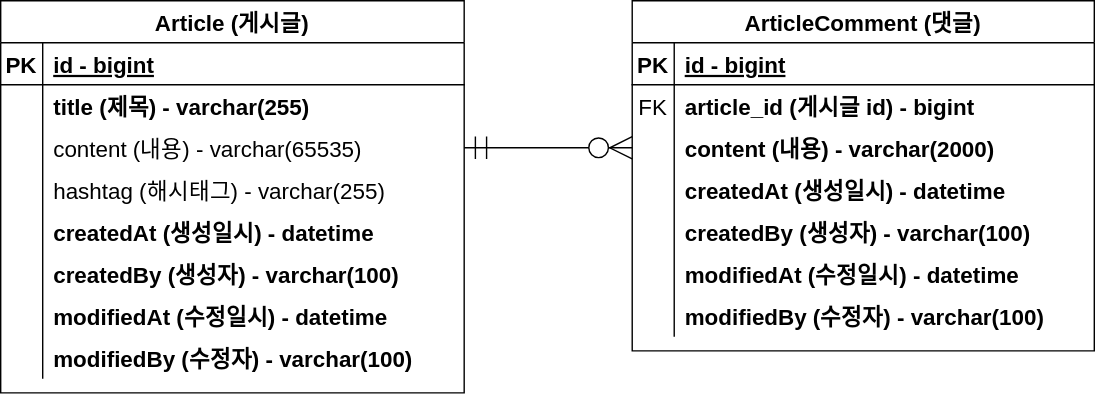
Before: document/project-board-erd.svg, a diagram exported from draw.io (meanzi3/fastcampus-project-board). Source tidied: cells renumbered, new cells last; positions are measured from the earlier drawing's top-left corner, leaving out a move shared by most shapes.
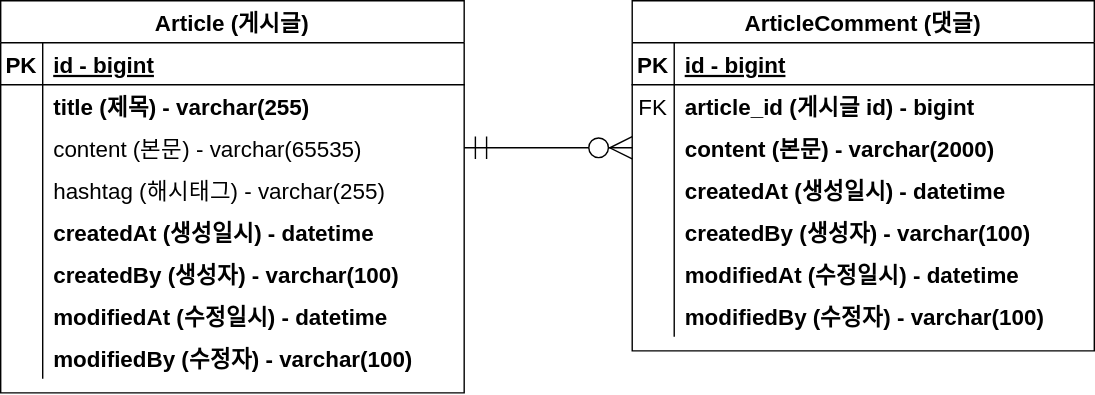
The same file after the commit.

Commit message:
#8 - ERD 주석 업데이트: project-board-erd.svg

The edit, as a diff of the source:
```diff
@@ -29,7 +29,7 @@
     <mxCell id="10" style="shape=partialRectangle;fillColor=none;top=0;left=0;bottom=0;right=0;overflow=hidden;fontSize=16;" parent="9" vertex="1">
       <mxGeometry width="30" height="30" as="geometry" />
     </mxCell>
-    <mxCell id="11" value="content (내용) - varchar(65535)" style="shape=partialRectangle;fillColor=none;top=0;left=0;bottom=0;right=0;align=left;spacingLeft=6;overflow=hidden;fontSize=16;" parent="9" vertex="1">
+    <mxCell id="11" value="content (본문) - varchar(65535)" style="shape=partialRectangle;fillColor=none;top=0;left=0;bottom=0;right=0;align=left;spacingLeft=6;overflow=hidden;fontSize=16;" parent="9" vertex="1">
       <mxGeometry x="30" width="301" height="30" as="geometry" />
     </mxCell>
     <mxCell id="12" style="shape=tableRow;horizontal=0;startSize=0;swimlaneHead=0;swimlaneBody=0;fillColor=none;top=0;left=0;right=0;bottom=0;fontSize=16;" parent="2" vertex="1">
@@ -104,7 +104,7 @@
     <mxCell id="35" style="shape=partialRectangle;fillColor=none;top=0;left=0;bottom=0;right=0;overflow=hidden;fontSize=16;" parent="34" vertex="1">
       <mxGeometry width="30" height="30" as="geometry" />
     </mxCell>
-    <mxCell id="36" value="content (내용) - varchar(2000)" style="shape=partialRectangle;fillColor=none;top=0;left=0;bottom=0;right=0;align=left;spacingLeft=6;overflow=hidden;fontSize=16;fontStyle=1;" parent="34" vertex="1">
+    <mxCell id="36" value="content (본문) - varchar(2000)" style="shape=partialRectangle;fillColor=none;top=0;left=0;bottom=0;right=0;align=left;spacingLeft=6;overflow=hidden;fontSize=16;fontStyle=1;" parent="34" vertex="1">
       <mxGeometry x="30" width="300" height="30" as="geometry" />
     </mxCell>
     <mxCell id="37" style="shape=tableRow;horizontal=0;startSize=0;swimlaneHead=0;swimlaneBody=0;fillColor=none;top=0;left=0;right=0;bottom=0;fontSize=16;" parent="27" vertex="1">
```
